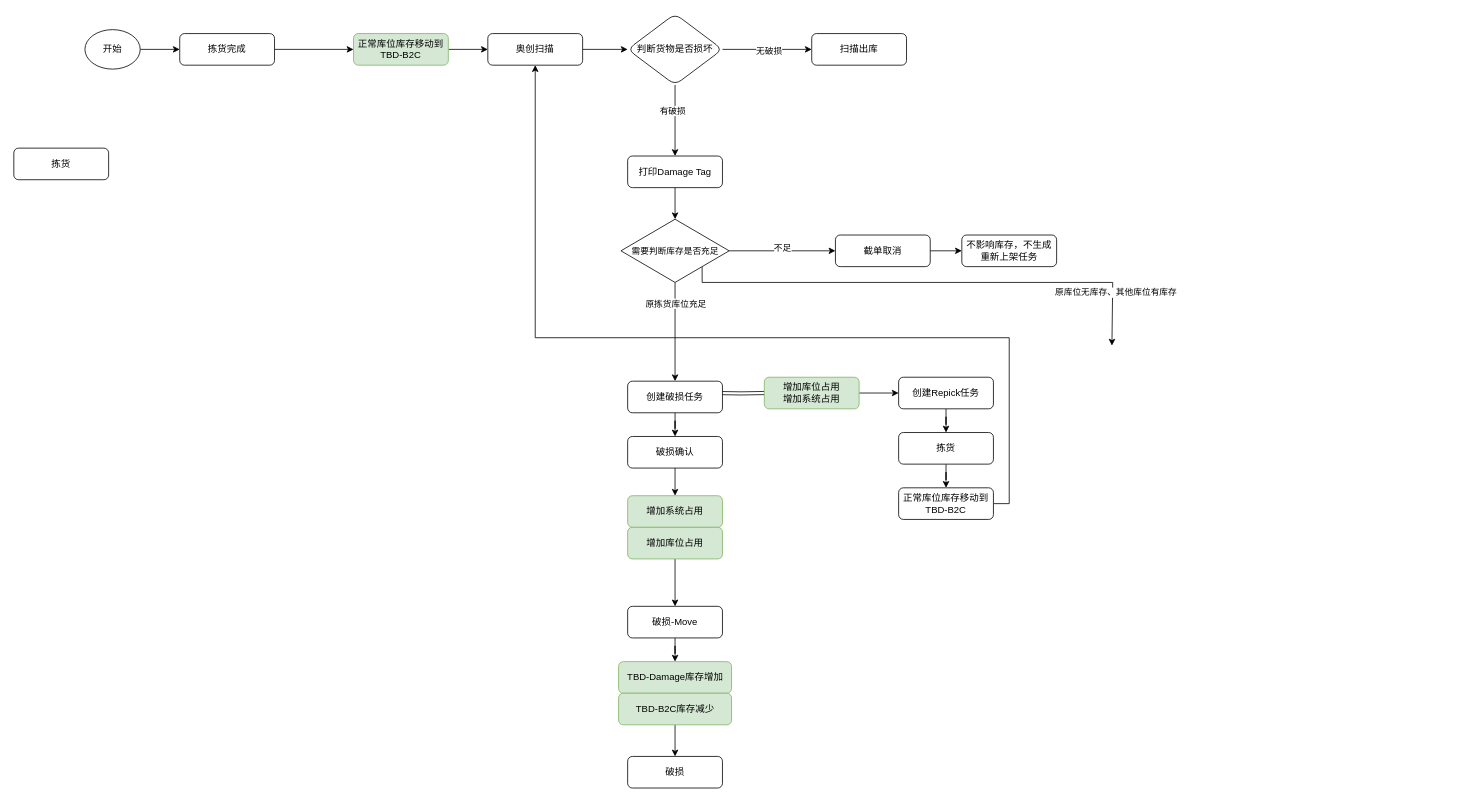
OJBK123/Draws keeps this draw.io diagram as page "奥创破损方案1" (11 of 12) of 转运流程.drawio. Above is the earlier version. Source tidied: cells renumbered, new cells numbered last; positions are measured from the earlier drawing's top-left corner, leaving out a move shared by most shapes. Both pictures are drawn from the tidied source at 79%, with x=0, y=0 at pixel (13, 13).
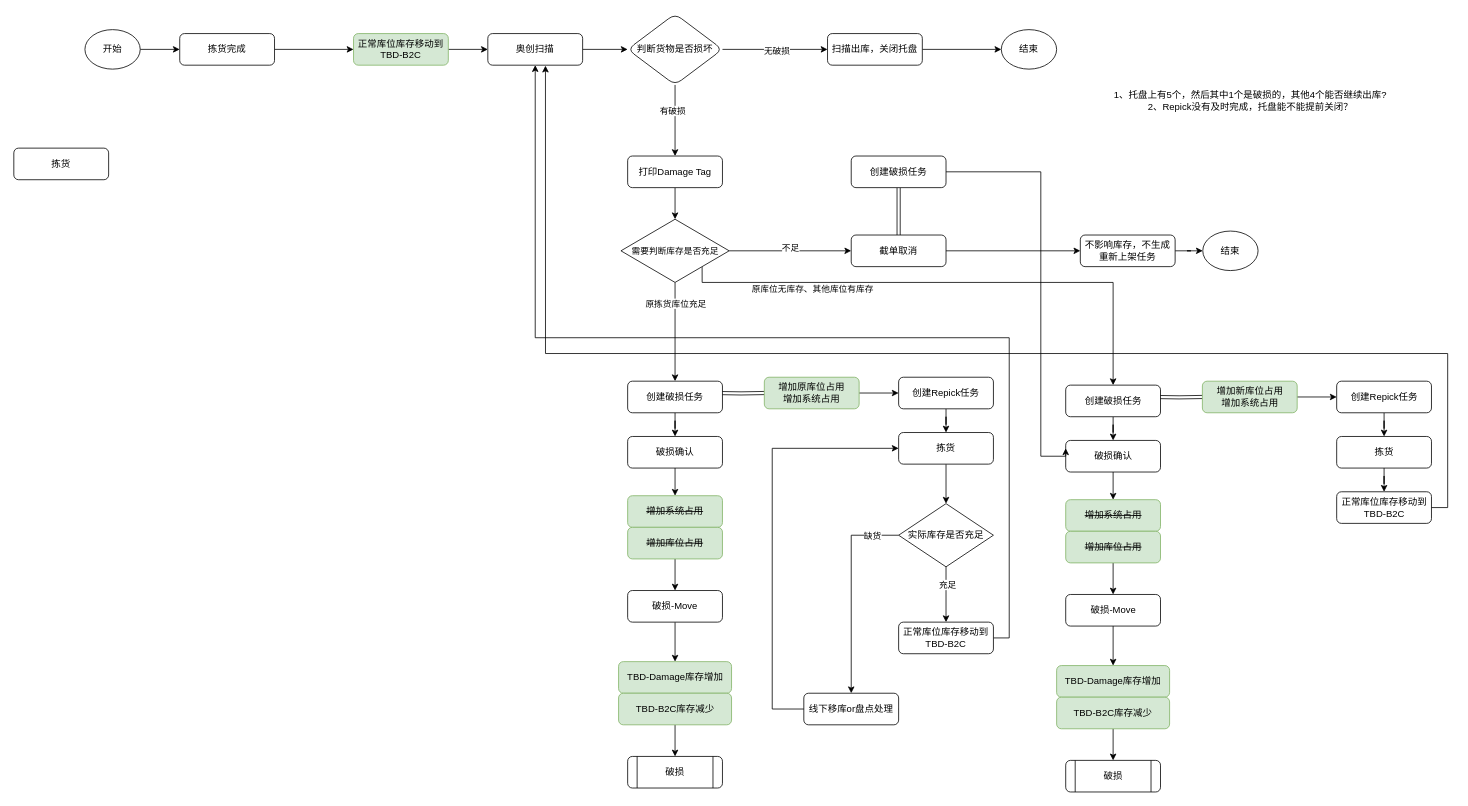
The same diagram, later.

The change refers to these unchanged cells:
```xml
<mxCell id="15" value="奥创扫描" style="rounded=1;whiteSpace=wrap;html=1;fontSize=12;glass=0;strokeWidth=1;shadow=0;" parent="1" vertex="1">
  <mxGeometry x="600" y="25" width="120" height="40" as="geometry" />
</mxCell>
<mxCell id="39" value="&lt;span style=&quot;font-size: 11px; white-space: nowrap; background-color: rgb(255, 255, 255);&quot;&gt;需要判断库存是否充足&lt;/span&gt;" style="rhombus;whiteSpace=wrap;html=1;" parent="1" vertex="1">
  <mxGeometry x="768.5" y="260" width="137" height="80" as="geometry" />
</mxCell>
<mxCell id="43" value="拣货" style="rounded=1;whiteSpace=wrap;html=1;fontSize=12;glass=0;strokeWidth=1;shadow=0;" parent="1" vertex="1">
  <mxGeometry x="1120" y="530" width="120" height="40" as="geometry" />
</mxCell>
```

The edit, as a diff of the source:
```diff
@@
+    <mxCell id="51" style="edgeStyle=orthogonalEdgeStyle;rounded=0;jettySize=auto;html=1;exitX=1;exitY=0.5;exitDx=0;exitDy=0;" parent="1" edge="1" source="19" target="86">
+      <mxGeometry relative="1" as="geometry" />
+    </mxCell>
-    <mxCell id="19" value="扫描出库" style="rounded=1;whiteSpace=wrap;html=1;fontSize=12;glass=0;strokeWidth=1;shadow=0;" parent="1" vertex="1">
-      <mxGeometry x="1010" y="25" width="120" height="40" as="geometry" />
+    <mxCell id="19" value="扫描出库，关闭托盘" style="rounded=1;whiteSpace=wrap;html=1;fontSize=12;glass=0;strokeWidth=1;shadow=0;" parent="1" vertex="1">
+      <mxGeometry x="1030" y="25" width="120" height="40" as="geometry" />
     </mxCell>
@@
     <mxCell id="23" value="破损-Move" style="rounded=1;whiteSpace=wrap;html=1;fontSize=12;glass=0;strokeWidth=1;shadow=0;" parent="1" vertex="1">
-      <mxGeometry x="777" y="750" width="120" height="40" as="geometry" />
+      <mxGeometry x="777" y="730" width="120" height="40" as="geometry" />
     </mxCell>
@@
-    <mxCell id="27" value="破损" style="rounded=1;whiteSpace=wrap;html=1;fontSize=12;glass=0;strokeWidth=1;shadow=0;" parent="1" vertex="1">
+    <mxCell id="27" value="破损" style="rounded=1;whiteSpace=wrap;html=1;fontSize=12;glass=0;strokeWidth=1;shadow=0;shape=process;backgroundOutline=1;" parent="1" vertex="1">
       <mxGeometry x="777" y="940" width="120" height="40" as="geometry" />
     </mxCell>
@@
-    <mxCell id="37" style="edgeStyle=orthogonalEdgeStyle;rounded=0;jettySize=auto;html=1;exitX=1;exitY=1;exitDx=0;exitDy=0;" parent="1" edge="1" source="39">
+    <mxCell id="37" style="edgeStyle=orthogonalEdgeStyle;rounded=0;jettySize=auto;html=1;exitX=1;exitY=1;exitDx=0;exitDy=0;entryX=0.5;entryY=0;entryDx=0;entryDy=0;" parent="1" edge="1" source="39" target="56">
       <mxGeometry relative="1" as="geometry">
-        <mxPoint x="1390" y="420" as="targetPoint" />
         <Array as="points">
           <mxPoint x="871" y="340" />
-          <mxPoint x="1391" y="340" />
+          <mxPoint x="1392" y="340" />
         </Array>
       </mxGeometry>
     </mxCell>
     <mxCell id="38" value="原库位无库存、其他库位有库存" style="edgeLabel;html=1;align=center;verticalAlign=middle;" parent="37" vertex="1">
-      <mxGeometry x="0.78" y="4" relative="1" as="geometry" />
+      <mxGeometry x="0.78" y="4" relative="1" as="geometry">
+        <mxPoint x="-385" y="-48" as="offset" />
+      </mxGeometry>
     </mxCell>
@@
+    <mxCell id="52" style="edgeStyle=orthogonalEdgeStyle;rounded=0;jettySize=auto;html=1;exitX=0.5;exitY=0;exitDx=0;exitDy=0;entryX=0.5;entryY=1;entryDx=0;entryDy=0;shape=link;" parent="1" edge="1" source="41" target="77">
+      <mxGeometry relative="1" as="geometry" />
+    </mxCell>
     <mxCell id="41" value="截单取消" style="rounded=1;whiteSpace=wrap;html=1;fontSize=12;glass=0;strokeWidth=1;shadow=0;" parent="1" vertex="1">
-      <mxGeometry x="1040" y="280" width="120" height="40" as="geometry" />
+      <mxGeometry x="1060" y="280" width="120" height="40" as="geometry" />
     </mxCell>
-    <mxCell id="42" style="edgeStyle=orthogonalEdgeStyle;rounded=0;jettySize=auto;html=1;exitX=0.5;exitY=1;exitDx=0;exitDy=0;" parent="1" edge="1" source="43" target="45">
+    <mxCell id="42" style="edgeStyle=orthogonalEdgeStyle;rounded=0;jettySize=auto;html=1;exitX=0.5;exitY=1;exitDx=0;exitDy=0;" parent="1" edge="1" source="43" target="83">
       <mxGeometry relative="1" as="geometry" />
     </mxCell>
@@
     <mxCell id="44" style="edgeStyle=orthogonalEdgeStyle;rounded=0;jettySize=auto;html=1;exitX=1;exitY=0.5;exitDx=0;exitDy=0;" parent="1" edge="1" source="45" target="15">
       <mxGeometry relative="1" as="geometry">
         <Array as="points">
-          <mxPoint x="1260" y="620" />
+          <mxPoint x="1260" y="790" />
           <mxPoint x="1260" y="410" />
           <mxPoint x="660" y="410" />
         </Array>
       </mxGeometry>
     </mxCell>
     <mxCell id="45" value="正常库位库存移动到TBD-B2C" style="rounded=1;whiteSpace=wrap;html=1;fontSize=12;glass=0;strokeWidth=1;shadow=0;" parent="1" vertex="1">
-      <mxGeometry x="1120" y="600" width="120" height="40" as="geometry" />
+      <mxGeometry x="1120" y="770" width="120" height="40" as="geometry" />
     </mxCell>
-    <mxCell id="46" value="增加系统占用" style="rounded=1;whiteSpace=wrap;html=1;fontSize=12;glass=0;strokeWidth=1;shadow=0;fillColor=#d5e8d4;strokeColor=#82b366;" parent="1" vertex="1">
+    <mxCell id="46" value="&lt;strike&gt;增加系统占用&lt;/strike&gt;" style="rounded=1;whiteSpace=wrap;html=1;fontSize=12;glass=0;strokeWidth=1;shadow=0;fillColor=#d5e8d4;strokeColor=#82b366;" parent="1" vertex="1">
       <mxGeometry x="777" y="610" width="120" height="40" as="geometry" />
     </mxCell>
-    <mxCell id="47" value="增加库位占用" style="rounded=1;whiteSpace=wrap;html=1;fontSize=12;glass=0;strokeWidth=1;shadow=0;fillColor=#d5e8d4;strokeColor=#82b366;" parent="1" vertex="1">
+    <mxCell id="47" value="&lt;strike&gt;增加库位占用&lt;/strike&gt;" style="rounded=1;whiteSpace=wrap;html=1;fontSize=12;glass=0;strokeWidth=1;shadow=0;fillColor=#d5e8d4;strokeColor=#82b366;" parent="1" vertex="1">
       <mxGeometry x="777" y="650" width="120" height="40" as="geometry" />
     </mxCell>
+    <mxCell id="53" style="edgeStyle=orthogonalEdgeStyle;rounded=0;jettySize=auto;html=1;exitX=1;exitY=0.5;exitDx=0;exitDy=0;" parent="1" edge="1" source="48" target="87">
+      <mxGeometry relative="1" as="geometry" />
+    </mxCell>
     <mxCell id="48" value="不影响库存，不生成重新上架任务" style="rounded=1;whiteSpace=wrap;html=1;fontSize=12;glass=0;strokeWidth=1;shadow=0;" parent="1" vertex="1">
-      <mxGeometry x="1200" y="280" width="120" height="40" as="geometry" />
+      <mxGeometry x="1350" y="280" width="120" height="40" as="geometry" />
     </mxCell>
@@
-    <mxCell id="50" value="增加库位占用&lt;div&gt;增加系统占用&lt;/div&gt;" style="rounded=1;whiteSpace=wrap;html=1;fontSize=12;glass=0;strokeWidth=1;shadow=0;fillColor=#d5e8d4;strokeColor=#82b366;" parent="1" vertex="1">
+    <mxCell id="50" value="增加原库位占用&lt;div&gt;增加系统占用&lt;/div&gt;" style="rounded=1;whiteSpace=wrap;html=1;fontSize=12;glass=0;strokeWidth=1;shadow=0;fillColor=#d5e8d4;strokeColor=#82b366;" parent="1" vertex="1">
       <mxGeometry x="950" y="460" width="120" height="40" as="geometry" />
     </mxCell>
+    <mxCell id="54" style="edgeStyle=orthogonalEdgeStyle;rounded=0;jettySize=auto;html=1;shape=link;" parent="1" edge="1" target="74">
+      <mxGeometry relative="1" as="geometry">
+        <mxPoint x="1444.5" y="485" as="sourcePoint" />
+      </mxGeometry>
+    </mxCell>
+    <mxCell id="55" style="edgeStyle=orthogonalEdgeStyle;rounded=0;jettySize=auto;html=1;exitX=0.5;exitY=1;exitDx=0;exitDy=0;" parent="1" edge="1" source="56" target="64">
+      <mxGeometry relative="1" as="geometry" />
+    </mxCell>
+    <mxCell id="56" value="创建破损任务" style="rounded=1;whiteSpace=wrap;html=1;fontSize=12;glass=0;strokeWidth=1;shadow=0;" parent="1" vertex="1">
+      <mxGeometry x="1331.5" y="470" width="120" height="40" as="geometry" />
+    </mxCell>
+    <mxCell id="57" style="edgeStyle=orthogonalEdgeStyle;rounded=0;jettySize=auto;html=1;exitX=0.5;exitY=1;exitDx=0;exitDy=0;" parent="1" edge="1" source="58" target="59">
+      <mxGeometry relative="1" as="geometry" />
+    </mxCell>
+    <mxCell id="58" value="破损-Move" style="rounded=1;whiteSpace=wrap;html=1;fontSize=12;glass=0;strokeWidth=1;shadow=0;" parent="1" vertex="1">
+      <mxGeometry x="1331.5" y="735" width="120" height="40" as="geometry" />
+    </mxCell>
+    <mxCell id="59" value="TBD-Damage库存增加" style="rounded=1;whiteSpace=wrap;html=1;fontSize=12;glass=0;strokeWidth=1;shadow=0;fillColor=#d5e8d4;strokeColor=#82b366;" parent="1" vertex="1">
+      <mxGeometry x="1320" y="825" width="143" height="40" as="geometry" />
+    </mxCell>
+    <mxCell id="60" style="edgeStyle=orthogonalEdgeStyle;rounded=0;jettySize=auto;html=1;exitX=0.5;exitY=1;exitDx=0;exitDy=0;" parent="1" edge="1" source="61" target="62">
+      <mxGeometry relative="1" as="geometry" />
+    </mxCell>
+    <mxCell id="61" value="TBD-B2C库存减少" style="rounded=1;whiteSpace=wrap;html=1;fontSize=12;glass=0;strokeWidth=1;shadow=0;fillColor=#d5e8d4;strokeColor=#82b366;" parent="1" vertex="1">
+      <mxGeometry x="1320" y="865" width="143" height="40" as="geometry" />
+    </mxCell>
+    <mxCell id="62" value="破损" style="rounded=1;whiteSpace=wrap;html=1;fontSize=12;glass=0;strokeWidth=1;shadow=0;shape=process;backgroundOutline=1;" parent="1" vertex="1">
+      <mxGeometry x="1331.5" y="945" width="120" height="40" as="geometry" />
+    </mxCell>
+    <mxCell id="63" style="edgeStyle=orthogonalEdgeStyle;rounded=0;jettySize=auto;html=1;exitX=0.5;exitY=1;exitDx=0;exitDy=0;entryX=0.5;entryY=0;entryDx=0;entryDy=0;" parent="1" edge="1" source="64" target="71">
+      <mxGeometry relative="1" as="geometry" />
+    </mxCell>
+    <mxCell id="64" value="破损确认" style="rounded=1;whiteSpace=wrap;html=1;fontSize=12;glass=0;strokeWidth=1;shadow=0;" parent="1" vertex="1">
+      <mxGeometry x="1331.5" y="540" width="120" height="40" as="geometry" />
+    </mxCell>
+    <mxCell id="65" style="edgeStyle=orthogonalEdgeStyle;rounded=0;jettySize=auto;html=1;entryX=0.5;entryY=0;entryDx=0;entryDy=0;exitX=0.5;exitY=1;exitDx=0;exitDy=0;" parent="1" edge="1" source="72" target="58">
+      <mxGeometry relative="1" as="geometry" />
+    </mxCell>
+    <mxCell id="66" style="edgeStyle=orthogonalEdgeStyle;rounded=0;jettySize=auto;html=1;exitX=0.5;exitY=1;exitDx=0;exitDy=0;" parent="1" edge="1" source="67" target="69">
+      <mxGeometry relative="1" as="geometry" />
+    </mxCell>
+    <mxCell id="67" value="创建Repick任务" style="rounded=1;whiteSpace=wrap;html=1;fontSize=12;glass=0;strokeWidth=1;shadow=0;" parent="1" vertex="1">
+      <mxGeometry x="1674.5" y="465" width="120" height="40" as="geometry" />
+    </mxCell>
+    <mxCell id="68" style="edgeStyle=orthogonalEdgeStyle;rounded=0;jettySize=auto;html=1;exitX=0.5;exitY=1;exitDx=0;exitDy=0;" parent="1" edge="1" source="69" target="70">
+      <mxGeometry relative="1" as="geometry" />
+    </mxCell>
+    <mxCell id="69" value="拣货" style="rounded=1;whiteSpace=wrap;html=1;fontSize=12;glass=0;strokeWidth=1;shadow=0;" parent="1" vertex="1">
+      <mxGeometry x="1674.5" y="535" width="120" height="40" as="geometry" />
+    </mxCell>
+    <mxCell id="70" value="正常库位库存移动到TBD-B2C" style="rounded=1;whiteSpace=wrap;html=1;fontSize=12;glass=0;strokeWidth=1;shadow=0;" parent="1" vertex="1">
+      <mxGeometry x="1674.5" y="605" width="120" height="40" as="geometry" />
+    </mxCell>
+    <mxCell id="71" value="&lt;strike&gt;增加系统占用&lt;/strike&gt;" style="rounded=1;whiteSpace=wrap;html=1;fontSize=12;glass=0;strokeWidth=1;shadow=0;fillColor=#d5e8d4;strokeColor=#82b366;" parent="1" vertex="1">
+      <mxGeometry x="1331.5" y="615" width="120" height="40" as="geometry" />
+    </mxCell>
+    <mxCell id="72" value="&lt;strike&gt;增加库位占用&lt;/strike&gt;" style="rounded=1;whiteSpace=wrap;html=1;fontSize=12;glass=0;strokeWidth=1;shadow=0;fillColor=#d5e8d4;strokeColor=#82b366;" parent="1" vertex="1">
+      <mxGeometry x="1331.5" y="655" width="120" height="40" as="geometry" />
+    </mxCell>
+    <mxCell id="73" style="edgeStyle=orthogonalEdgeStyle;rounded=0;jettySize=auto;html=1;exitX=1;exitY=0.5;exitDx=0;exitDy=0;entryX=0;entryY=0.5;entryDx=0;entryDy=0;" parent="1" edge="1" source="74" target="67">
+      <mxGeometry relative="1" as="geometry" />
+    </mxCell>
+    <mxCell id="74" value="增加新库位占用&lt;div&gt;增加系统占用&lt;/div&gt;" style="rounded=1;whiteSpace=wrap;html=1;fontSize=12;glass=0;strokeWidth=1;shadow=0;fillColor=#d5e8d4;strokeColor=#82b366;" parent="1" vertex="1">
+      <mxGeometry x="1504.5" y="465" width="120" height="40" as="geometry" />
+    </mxCell>
+    <mxCell id="75" style="edgeStyle=orthogonalEdgeStyle;rounded=0;jettySize=auto;html=1;exitX=1;exitY=0.5;exitDx=0;exitDy=0;entryX=0.608;entryY=1.016;entryDx=0;entryDy=0;entryPerimeter=0;" parent="1" edge="1" source="70" target="15">
+      <mxGeometry relative="1" as="geometry">
+        <Array as="points">
+          <mxPoint x="1815" y="625" />
+          <mxPoint x="1815" y="430" />
+          <mxPoint x="673" y="430" />
+        </Array>
+      </mxGeometry>
+    </mxCell>
+    <mxCell id="76" style="edgeStyle=orthogonalEdgeStyle;rounded=0;jettySize=auto;html=1;exitX=1;exitY=0.5;exitDx=0;exitDy=0;entryX=0;entryY=0.25;entryDx=0;entryDy=0;" parent="1" edge="1" source="77" target="64">
+      <mxGeometry relative="1" as="geometry">
+        <Array as="points">
+          <mxPoint x="1300" y="200" />
+          <mxPoint x="1300" y="560" />
+          <mxPoint x="1332" y="560" />
+        </Array>
+      </mxGeometry>
+    </mxCell>
+    <mxCell id="77" value="创建破损任务" style="rounded=1;whiteSpace=wrap;html=1;fontSize=12;glass=0;strokeWidth=1;shadow=0;" parent="1" vertex="1">
+      <mxGeometry x="1060" y="180" width="120" height="40" as="geometry" />
+    </mxCell>
+    <mxCell id="78" value="1、托盘上有5个，然后其中1个是破损的，其他4个能否继续出库?&lt;div&gt;2、Repick没有及时完成，托盘能不能提前关闭？&lt;/div&gt;" style="text;html=1;align=center;verticalAlign=middle;strokeColor=none;fillColor=none;" parent="1" vertex="1">
+      <mxGeometry x="1379.5" y="90" width="370" height="40" as="geometry" />
+    </mxCell>
+    <mxCell id="79" style="edgeStyle=orthogonalEdgeStyle;rounded=0;jettySize=auto;html=1;exitX=0.5;exitY=1;exitDx=0;exitDy=0;entryX=0.5;entryY=0;entryDx=0;entryDy=0;" parent="1" edge="1" source="83" target="45">
+      <mxGeometry relative="1" as="geometry" />
+    </mxCell>
+    <mxCell id="80" value="充足" style="edgeLabel;html=1;align=center;verticalAlign=middle;" parent="79" vertex="1">
+      <mxGeometry x="-0.37" y="1" relative="1" as="geometry" />
+    </mxCell>
+    <mxCell id="81" style="edgeStyle=orthogonalEdgeStyle;rounded=0;jettySize=auto;html=1;exitX=0;exitY=0.5;exitDx=0;exitDy=0;" parent="1" edge="1" source="83" target="85">
+      <mxGeometry relative="1" as="geometry" />
+    </mxCell>
+    <mxCell id="82" value="缺货" style="edgeLabel;html=1;align=center;verticalAlign=middle;" parent="81" vertex="1">
+      <mxGeometry x="-0.74" relative="1" as="geometry" />
+    </mxCell>
+    <mxCell id="83" value="实际库存是否充足" style="rhombus;whiteSpace=wrap;html=1;" parent="1" vertex="1">
+      <mxGeometry x="1120" y="620" width="120" height="80" as="geometry" />
+    </mxCell>
+    <mxCell id="84" style="edgeStyle=orthogonalEdgeStyle;rounded=0;jettySize=auto;html=1;exitX=1;exitY=0.5;exitDx=0;exitDy=0;entryX=0;entryY=0.5;entryDx=0;entryDy=0;" parent="1" edge="1" source="85" target="43">
+      <mxGeometry relative="1" as="geometry">
+        <Array as="points">
+          <mxPoint x="960" y="880" />
+          <mxPoint x="960" y="550" />
+        </Array>
+      </mxGeometry>
+    </mxCell>
+    <mxCell id="85" value="线下移库or盘点处理" style="rounded=1;whiteSpace=wrap;html=1;fontSize=12;glass=0;strokeWidth=1;shadow=0;" parent="1" vertex="1">
+      <mxGeometry x="1000" y="860" width="120" height="40" as="geometry" />
+    </mxCell>
+    <mxCell id="86" value="结束" style="ellipse;whiteSpace=wrap;html=1;" parent="1" vertex="1">
+      <mxGeometry x="1250" y="20" width="70" height="50" as="geometry" />
+    </mxCell>
+    <mxCell id="87" value="结束" style="ellipse;whiteSpace=wrap;html=1;" parent="1" vertex="1">
+      <mxGeometry x="1505" y="275" width="70" height="50" as="geometry" />
+    </mxCell>
```
